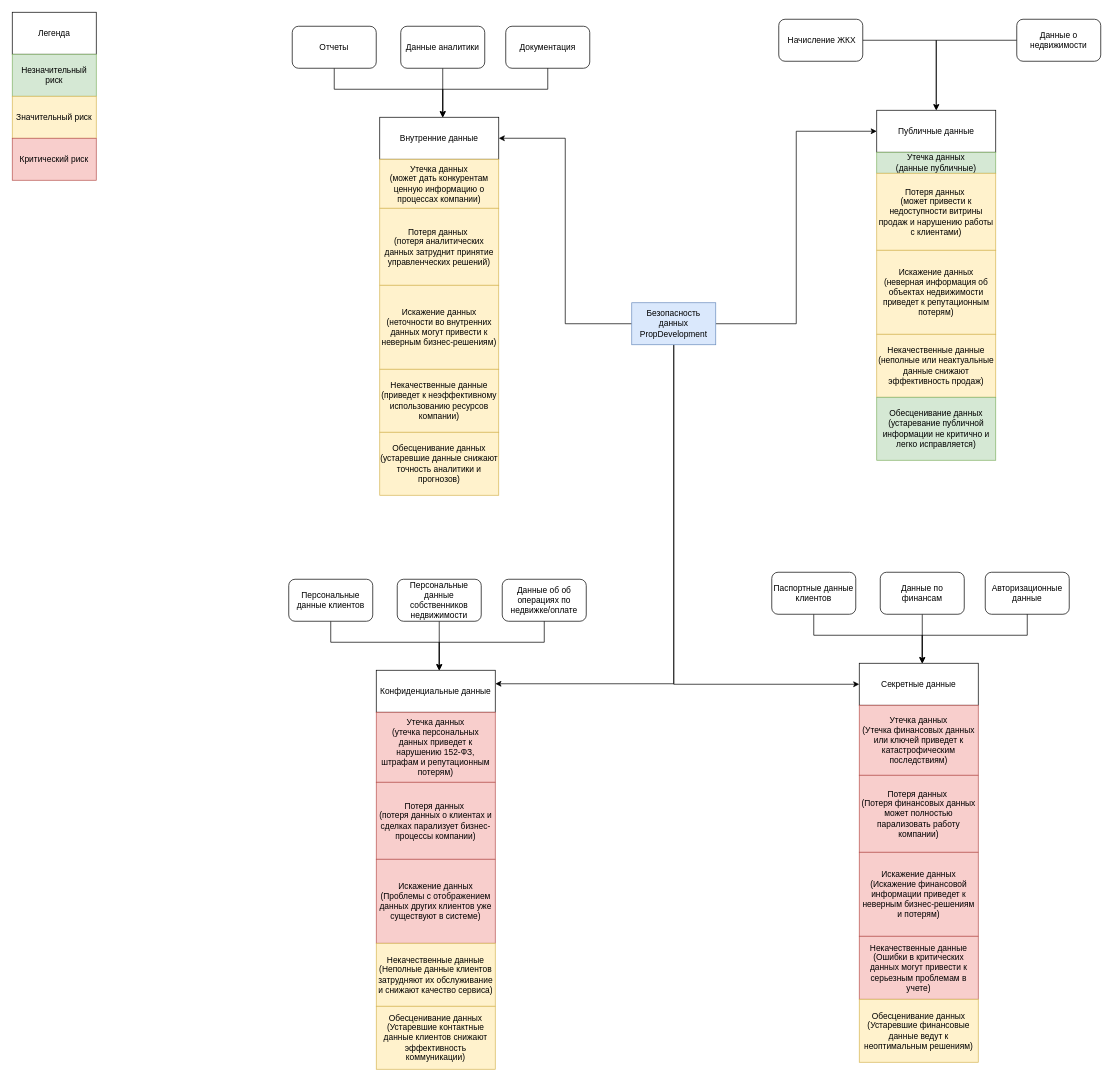
misikch/architecture-propdevelopment keeps this draw.io diagram as Task1/mindmap.drawio. Above is the earlier version. Source tidied: cells renumbered, new cells numbered last; positions are measured from the earlier drawing's top-left corner, leaving out a move shared by most shapes. Both pictures are drawn from the tidied source at 70%, with x=0, y=0 at pixel (12, 12).
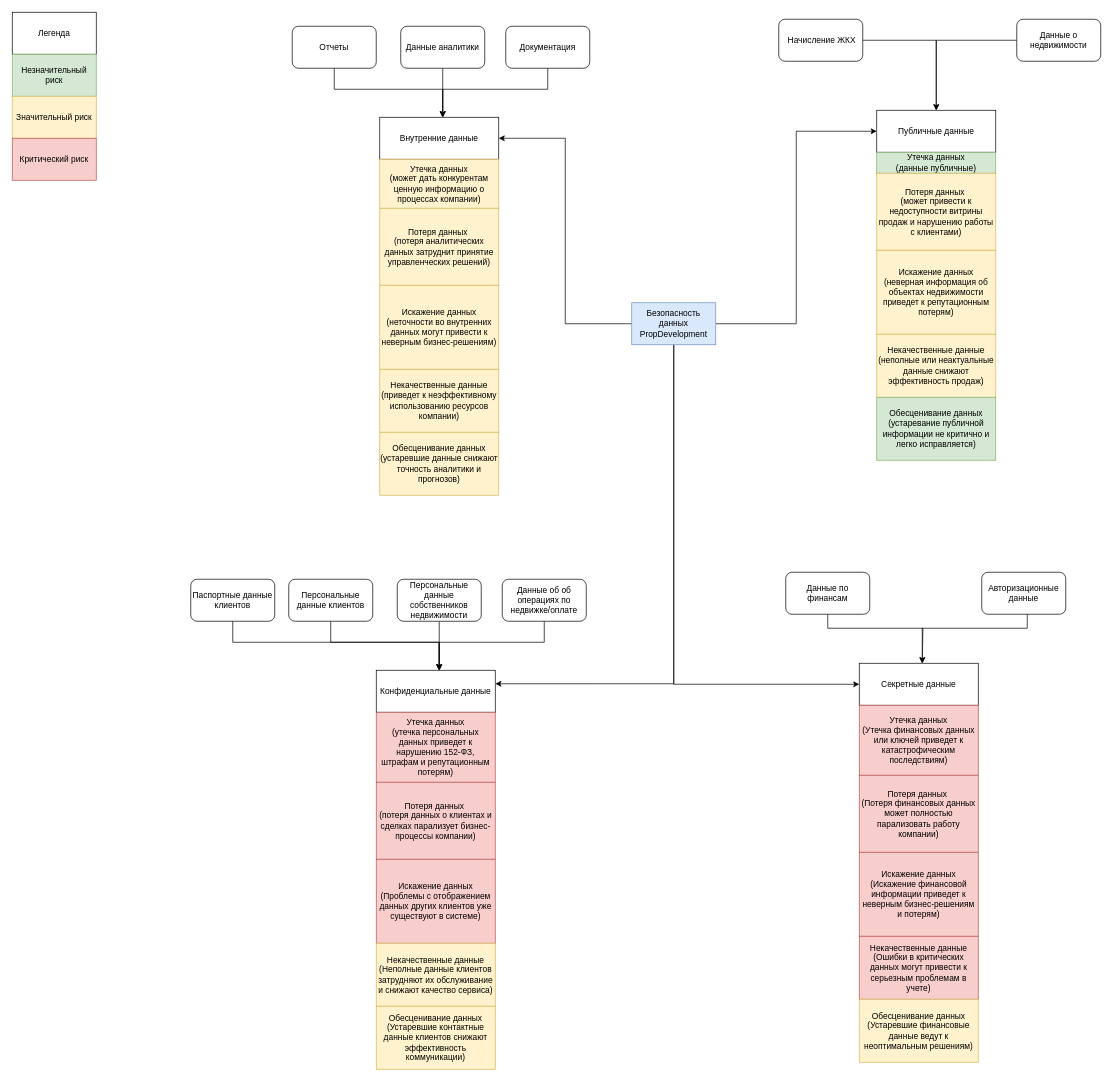
After the change.

The change refers to these unchanged cells:
```xml
<mxCell id="33" value="Конфиденциальные&amp;nbsp;данные" style="rounded=0;whiteSpace=wrap;html=1;" parent="1" vertex="1">
  <mxGeometry x="520" y="940" width="170" height="60" as="geometry" />
</mxCell>
```

What changed in the source:
```diff
@@
-    <mxCell id="51" style="edgeStyle=orthogonalEdgeStyle;rounded=0;jettySize=auto;html=1;" parent="1" edge="1" source="52">
-      <mxGeometry relative="1" as="geometry">
-        <mxPoint x="1300" y="930" as="targetPoint" />
-        <Array as="points">
-          <mxPoint x="1145" y="890" />
-          <mxPoint x="1300" y="890" />
-          <mxPoint x="1300" y="930" />
-        </Array>
-      </mxGeometry>
-    </mxCell>
-    <mxCell id="52" value="Паспортные данные клиентов" style="rounded=1;whiteSpace=wrap;html=1;" parent="1" vertex="1">
-      <mxGeometry x="1085" y="800" width="120" height="60" as="geometry" />
-    </mxCell>
     <mxCell id="53" value="Авторизационные данные" style="rounded=1;whiteSpace=wrap;html=1;" parent="1" vertex="1">
-      <mxGeometry x="1390" y="800" width="120" height="60" as="geometry" />
+      <mxGeometry x="1385" y="800" width="120" height="60" as="geometry" />
     </mxCell>
     <mxCell id="54" style="edgeStyle=orthogonalEdgeStyle;rounded=0;jettySize=auto;html=1;" parent="1" edge="1" source="55">
       <mxGeometry relative="1" as="geometry">
         <mxPoint x="1300" y="930" as="targetPoint" />
+        <Array as="points">
+          <mxPoint x="1165" y="880" />
+          <mxPoint x="1301" y="880" />
+          <mxPoint x="1301" y="930" />
+        </Array>
       </mxGeometry>
     </mxCell>
     <mxCell id="55" value="Данные по финансам" style="rounded=1;whiteSpace=wrap;html=1;" parent="1" vertex="1">
-      <mxGeometry x="1240" y="800" width="120" height="60" as="geometry" />
+      <mxGeometry x="1105" y="800" width="120" height="60" as="geometry" />
     </mxCell>
     <mxCell id="56" style="edgeStyle=orthogonalEdgeStyle;rounded=0;jettySize=auto;html=1;" parent="1" edge="1" source="53">
       <mxGeometry relative="1" as="geometry">
         <mxPoint x="1300" y="930" as="targetPoint" />
         <Array as="points">
-          <mxPoint x="1450" y="890" />
-          <mxPoint x="1300" y="890" />
-          <mxPoint x="1300" y="930" />
+          <mxPoint x="1450" y="880" />
+          <mxPoint x="1300" y="880" />
         </Array>
       </mxGeometry>
     </mxCell>
+    <mxCell id="52" value="Паспортные данные клиентов" style="rounded=1;whiteSpace=wrap;html=1;" parent="1" vertex="1">
+      <mxGeometry x="255" y="810" width="120" height="60" as="geometry" />
+    </mxCell>
+    <mxCell id="57" style="edgeStyle=orthogonalEdgeStyle;rounded=0;jettySize=auto;html=1;entryX=0.528;entryY=0.001;entryDx=0;entryDy=0;entryPerimeter=0;" parent="1" edge="1" source="52" target="33">
+      <mxGeometry relative="1" as="geometry">
+        <Array as="points">
+          <mxPoint x="315" y="900" />
+          <mxPoint x="610" y="900" />
+        </Array>
+      </mxGeometry>
+    </mxCell>
```
